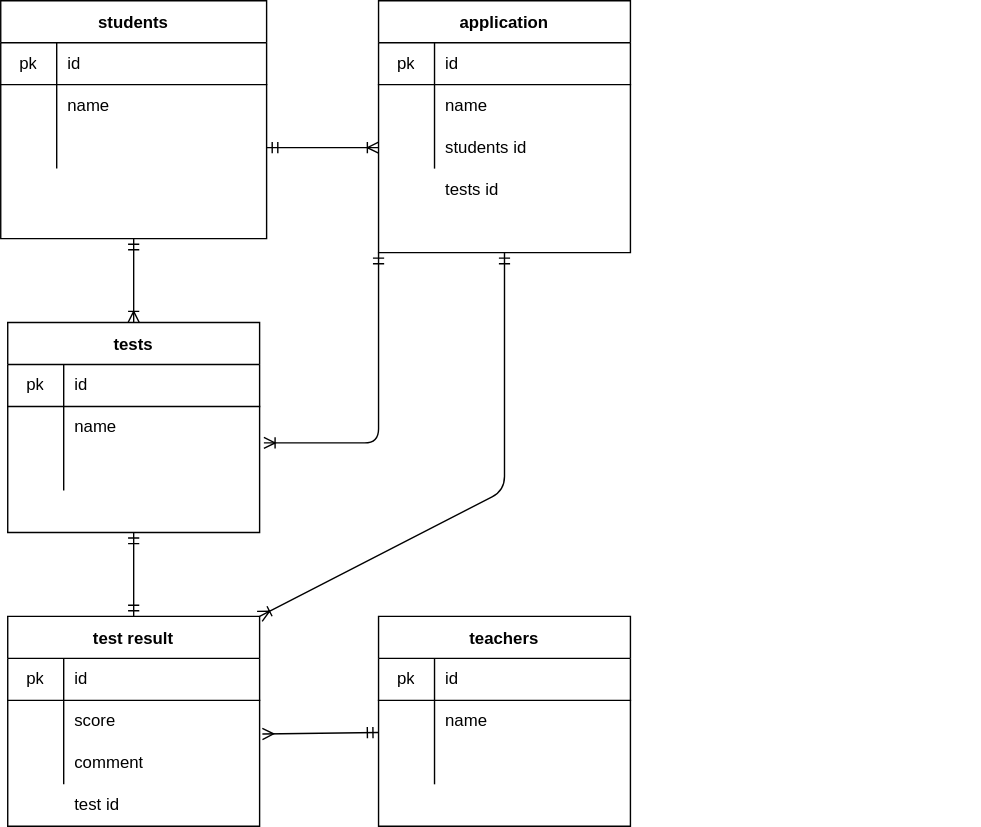
Before: 設計テスト.drawio.svg, a diagram exported from draw.io (fujiwaramatsuri/20211219fujiwara). Source tidied: cells renumbered, new cells last; positions are measured from the earlier drawing's top-left corner, leaving out a move shared by most shapes.
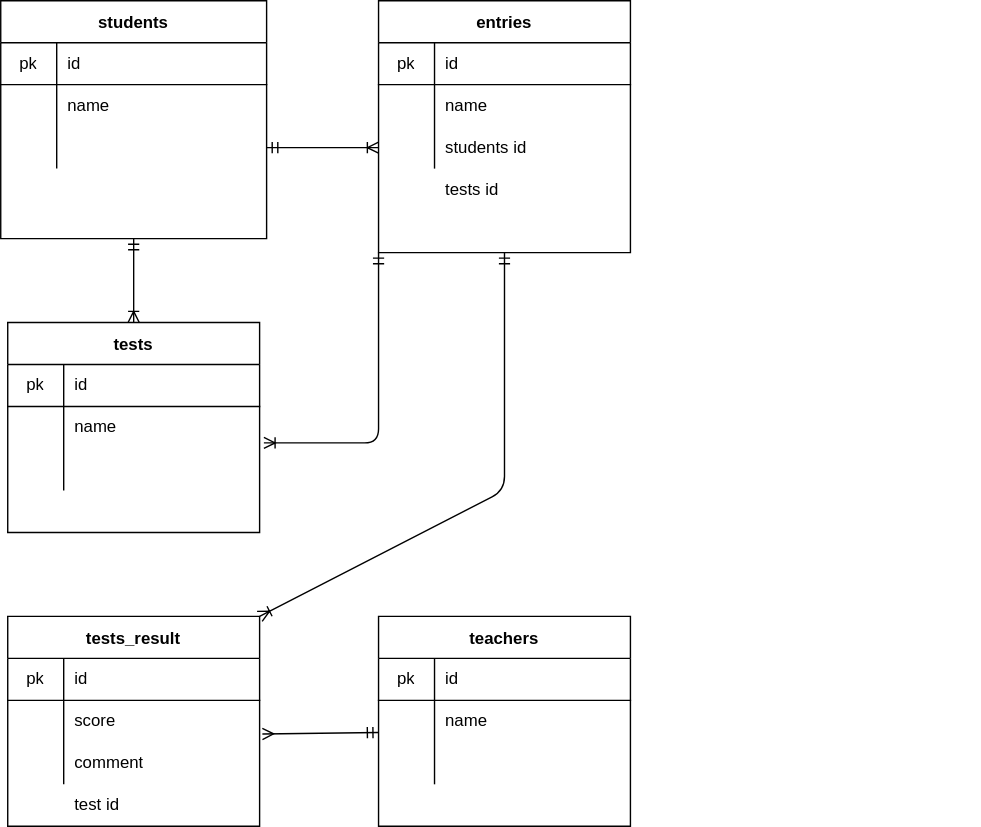
The same diagram one commit later.

The edit, as a diff of the source:
```diff
@@ -68,10 +68,7 @@
     <mxCell id="23" style="shape=partialRectangle;html=1;whiteSpace=wrap;fillColor=none;top=0;left=0;bottom=0;right=0;align=left;spacingLeft=6;overflow=hidden;" parent="21" vertex="1">
       <mxGeometry x="40" width="140" height="30" as="geometry" />
     </mxCell>
-    <mxCell id="24" style="edgeStyle=none;html=1;exitX=0.5;exitY=0;exitDx=0;exitDy=0;entryX=0.5;entryY=1;entryDx=0;entryDy=0;startArrow=ERmandOne;startFill=0;endArrow=ERmandOne;endFill=0;" parent="1" edge="1" source="25" target="49">
-      <mxGeometry relative="1" as="geometry" />
-    </mxCell>
-    <mxCell id="25" value="test result" style="shape=table;startSize=30;rowLines=0;fontStyle=1;align=center;" parent="1" vertex="1">
+    <mxCell id="25" value="tests_result" style="shape=table;startSize=30;rowLines=0;fontStyle=1;align=center;" parent="1" vertex="1">
       <mxGeometry x="5" y="440" width="180" height="150" as="geometry" />
     </mxCell>
     <mxCell id="26" style="shape=partialRectangle;html=1;whiteSpace=wrap;fillColor=none;top=0;left=0;bottom=1;right=0;" parent="25" vertex="1">
@@ -118,7 +115,7 @@
         </Array>
       </mxGeometry>
     </mxCell>
-    <mxCell id="38" value="application" style="shape=table;startSize=30;rowLines=0;fontStyle=1;align=center;" parent="1" vertex="1">
+    <mxCell id="38" value="entries" style="shape=table;startSize=30;rowLines=0;fontStyle=1;align=center;" parent="1" vertex="1">
       <mxGeometry x="270" width="180" height="180" as="geometry" />
     </mxCell>
     <mxCell id="39" style="shape=partialRectangle;html=1;whiteSpace=wrap;fillColor=none;top=0;left=0;bottom=1;right=0;" parent="38" vertex="1">
```
